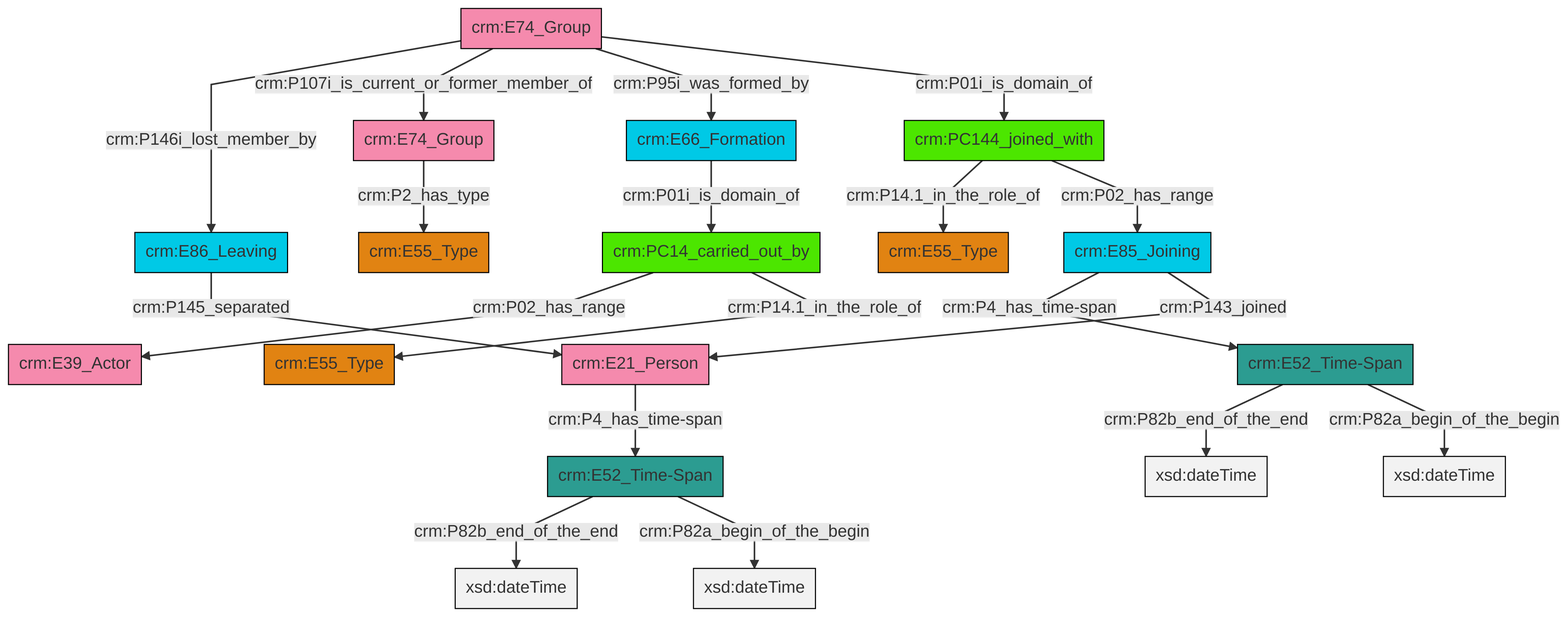
Before: et/groupCSV/ttl/mmd/png/group_actor_relations.png, a diagram exported from Mermaid (swiss-art-research-net/docs.swissartresearch). Its source is kept beside it as et/groupCSV/ttl/mmd/group_actor_relations.ttl.mmd.
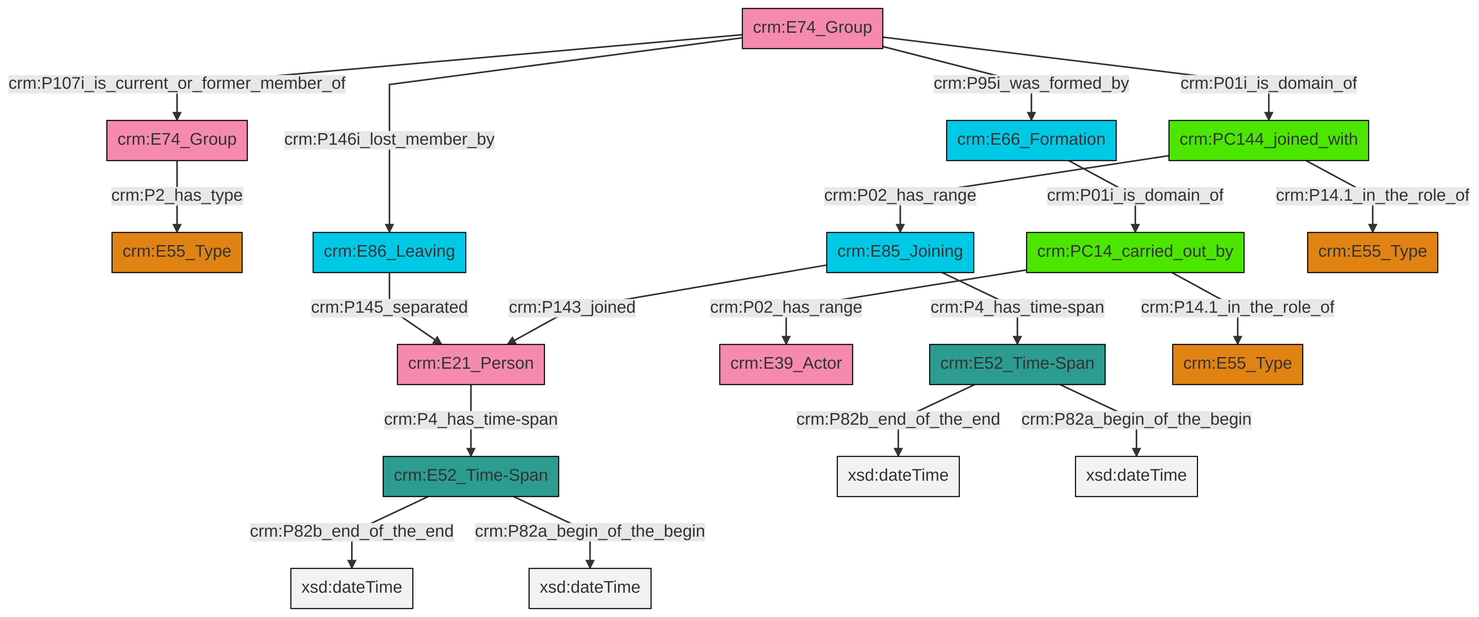
The same diagram one commit later.

What changed in the source:
```diff
@@ -13,21 +13,21 @@
 classDef PC_Classes fill:#4ce600, stroke:#000000;
 classDef Multi fill:#cccccc,stroke:#000000;
 
-0["crm:E52_Time-Span"]:::Time-Span -->|crm:P82b_end_of_the_end| 1[xsd:dateTime]:::Literal
-2["crm:PC144_joined_with"]:::PC_Classes -->|crm:P14.1_in_the_role_of| 3["crm:E55_Type"]:::Type
-5["crm:E85_Joining"]:::Temporal_Entity -->|crm:P4_has_time-span| 6["crm:E52_Time-Span"]:::Time-Span
-6["crm:E52_Time-Span"]:::Time-Span -->|crm:P82b_end_of_the_end| 7[xsd:dateTime]:::Literal
-0["crm:E52_Time-Span"]:::Time-Span -->|crm:P82a_begin_of_the_begin| 10[xsd:dateTime]:::Literal
-11["crm:E74_Group"]:::Actor -->|crm:P146i_lost_member_by| 13["crm:E86_Leaving"]:::Temporal_Entity
-2["crm:PC144_joined_with"]:::PC_Classes -->|crm:P02_has_range| 5["crm:E85_Joining"]:::Temporal_Entity
-14["crm:E74_Group"]:::Actor -->|crm:P2_has_type| 15["crm:E55_Type"]:::Type
-16["crm:PC14_carried_out_by"]:::PC_Classes -->|crm:P02_has_range| 17["crm:E39_Actor"]:::Actor
-6["crm:E52_Time-Span"]:::Time-Span -->|crm:P82a_begin_of_the_begin| 19[xsd:dateTime]:::Literal
-5["crm:E85_Joining"]:::Temporal_Entity -->|crm:P143_joined| 20["crm:E21_Person"]:::Actor
-16["crm:PC14_carried_out_by"]:::PC_Classes -->|crm:P14.1_in_the_role_of| 8["crm:E55_Type"]:::Type
-11["crm:E74_Group"]:::Actor -->|crm:P107i_is_current_or_former_member_of| 14["crm:E74_Group"]:::Actor
-24["crm:E66_Formation"]:::Temporal_Entity -->|crm:P01i_is_domain_of| 16["crm:PC14_carried_out_by"]:::PC_Classes
-20["crm:E21_Person"]:::Actor -->|crm:P4_has_time-span| 0["crm:E52_Time-Span"]:::Time-Span
-13["crm:E86_Leaving"]:::Temporal_Entity -->|crm:P145_separated| 20["crm:E21_Person"]:::Actor
-11["crm:E74_Group"]:::Actor -->|crm:P95i_was_formed_by| 24["crm:E66_Formation"]:::Temporal_Entity
-11["crm:E74_Group"]:::Actor -->|crm:P01i_is_domain_of| 2["crm:PC144_joined_with"]:::PC_Classes
+0["crm:E74_Group"]:::Actor -->|crm:P2_has_type| 1["crm:E55_Type"]:::Type
+2["crm:E86_Leaving"]:::Temporal_Entity -->|crm:P145_separated| 3["crm:E21_Person"]:::Actor
+4["crm:PC14_carried_out_by"]:::PC_Classes -->|crm:P02_has_range| 5["crm:E39_Actor"]:::Actor
+8["crm:E85_Joining"]:::Temporal_Entity -->|crm:P4_has_time-span| 9["crm:E52_Time-Span"]:::Time-Span
+10["crm:E74_Group"]:::Actor -->|crm:P146i_lost_member_by| 2["crm:E86_Leaving"]:::Temporal_Entity
+9["crm:E52_Time-Span"]:::Time-Span -->|crm:P82b_end_of_the_end| 11[xsd:dateTime]:::Literal
+10["crm:E74_Group"]:::Actor -->|crm:P107i_is_current_or_former_member_of| 0["crm:E74_Group"]:::Actor
+10["crm:E74_Group"]:::Actor -->|crm:P95i_was_formed_by| 14["crm:E66_Formation"]:::Temporal_Entity
+8["crm:E85_Joining"]:::Temporal_Entity -->|crm:P143_joined| 3["crm:E21_Person"]:::Actor
+6["crm:E52_Time-Span"]:::Time-Span -->|crm:P82b_end_of_the_end| 15[xsd:dateTime]:::Literal
+17["crm:PC144_joined_with"]:::PC_Classes -->|crm:P02_has_range| 8["crm:E85_Joining"]:::Temporal_Entity
+3["crm:E21_Person"]:::Actor -->|crm:P4_has_time-span| 6["crm:E52_Time-Span"]:::Time-Span
+4["crm:PC14_carried_out_by"]:::PC_Classes -->|crm:P14.1_in_the_role_of| 21["crm:E55_Type"]:::Type
+10["crm:E74_Group"]:::Actor -->|crm:P01i_is_domain_of| 17["crm:PC144_joined_with"]:::PC_Classes
+6["crm:E52_Time-Span"]:::Time-Span -->|crm:P82a_begin_of_the_begin| 28[xsd:dateTime]:::Literal
+9["crm:E52_Time-Span"]:::Time-Span -->|crm:P82a_begin_of_the_begin| 31[xsd:dateTime]:::Literal
+17["crm:PC144_joined_with"]:::PC_Classes -->|crm:P14.1_in_the_role_of| 12["crm:E55_Type"]:::Type
+14["crm:E66_Formation"]:::Temporal_Entity -->|crm:P01i_is_domain_of| 4["crm:PC14_carried_out_by"]:::PC_Classes
```
